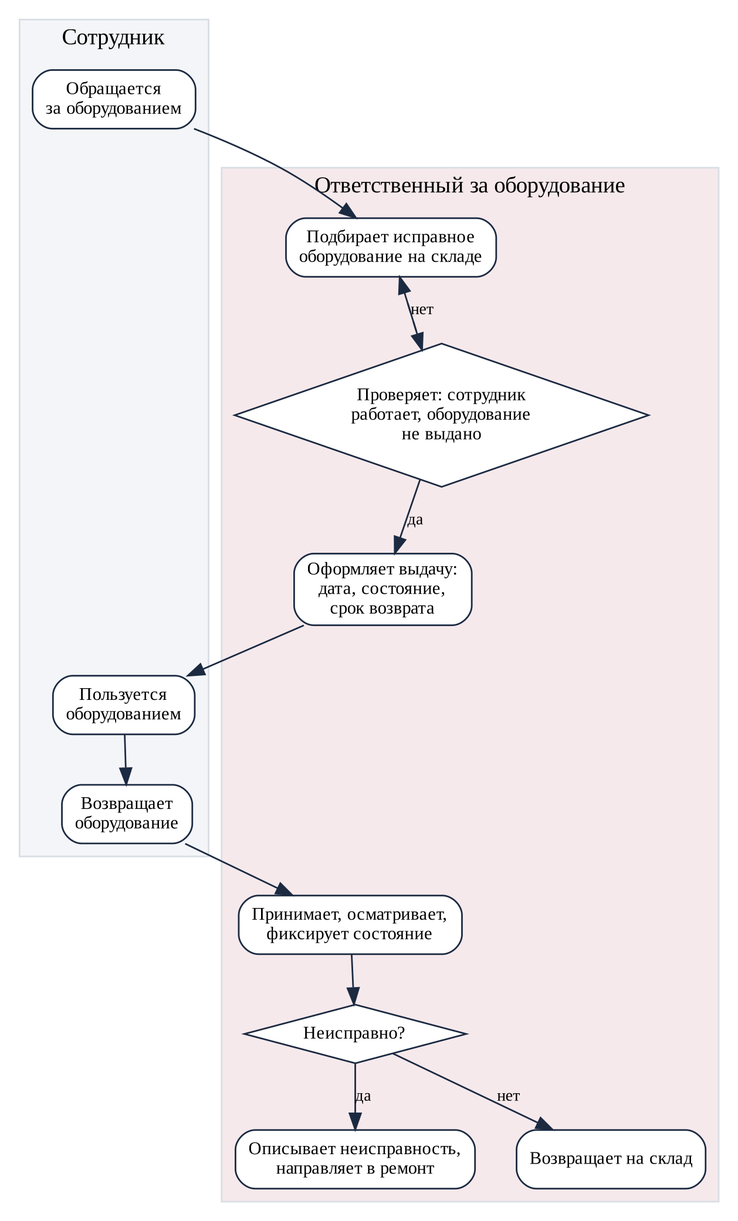
Earlier version of the Graphviz export docs/report/diagrams/process.png (Black287234/KP-Nek). Its source is kept beside it as docs/report/diagrams/process.dot. Its diagram source:
```dot
digraph G {
  graph [rankdir=TB, fontname="Liberation Serif", bgcolor=white, nodesep=0.35, ranksep=0.4, newrank=true];
  node [fontname="Liberation Serif", fontsize=11, shape=box, style="rounded,filled", fillcolor=white, color="#1b2a41"];
  edge [fontname="Liberation Serif", fontsize=10, color="#1b2a41"];
  subgraph cluster_emp { label="Сотрудник"; style="filled"; fillcolor="#f4f5f8"; color="#d9dde4"; fontname="Liberation Serif";
    a1 [label="Обращается\nза оборудованием"]; a6 [label="Пользуется\nоборудованием"]; a7 [label="Возвращает\nоборудование"]; }
  subgraph cluster_mol { label="Ответственный за оборудование"; style="filled"; fillcolor="#f6e9ec"; color="#d9dde4"; fontname="Liberation Serif";
    a2 [label="Подбирает исправное\nоборудование на складе"]; a3 [label="Проверяет: сотрудник\nработает, оборудование\nне выдано", shape=diamond, style=filled, fillcolor=white];
    a4 [label="Оформляет выдачу:\nдата, состояние,\nсрок возврата"]; a8 [label="Принимает, осматривает,\nфиксирует состояние"];
    a9 [label="Неисправно?", shape=diamond, style=filled, fillcolor=white]; a10 [label="Описывает неисправность,\nнаправляет в ремонт"]; a11 [label="Возвращает на склад"]; }
  a1 -> a2 -> a3; a3 -> a4 [label="да"]; a3 -> a2 [label="нет", style=dashed];
  a4 -> a6 -> a7 -> a8 -> a9; a9 -> a10 [label="да"]; a9 -> a11 [label="нет"];
}
```
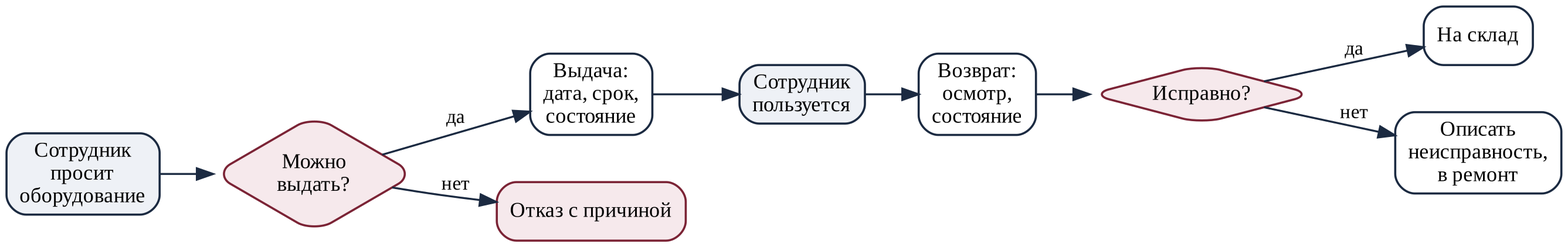
After the change.

What changed in the source:
```diff
@@ -1,13 +1,15 @@
 digraph G {
-  graph [rankdir=TB, fontname="Liberation Serif", bgcolor=white, nodesep=0.35, ranksep=0.4, newrank=true];
-  node [fontname="Liberation Serif", fontsize=11, shape=box, style="rounded,filled", fillcolor=white, color="#1b2a41"];
-  edge [fontname="Liberation Serif", fontsize=10, color="#1b2a41"];
-  subgraph cluster_emp { label="Сотрудник"; style="filled"; fillcolor="#f4f5f8"; color="#d9dde4"; fontname="Liberation Serif";
-    a1 [label="Обращается\nза оборудованием"]; a6 [label="Пользуется\nоборудованием"]; a7 [label="Возвращает\nоборудование"]; }
-  subgraph cluster_mol { label="Ответственный за оборудование"; style="filled"; fillcolor="#f6e9ec"; color="#d9dde4"; fontname="Liberation Serif";
-    a2 [label="Подбирает исправное\nоборудование на складе"]; a3 [label="Проверяет: сотрудник\nработает, оборудование\nне выдано", shape=diamond, style=filled, fillcolor=white];
-    a4 [label="Оформляет выдачу:\nдата, состояние,\nсрок возврата"]; a8 [label="Принимает, осматривает,\nфиксирует состояние"];
-    a9 [label="Неисправно?", shape=diamond, style=filled, fillcolor=white]; a10 [label="Описывает неисправность,\nнаправляет в ремонт"]; a11 [label="Возвращает на склад"]; }
-  a1 -> a2 -> a3; a3 -> a4 [label="да"]; a3 -> a2 [label="нет", style=dashed];
-  a4 -> a6 -> a7 -> a8 -> a9; a9 -> a10 [label="да"]; a9 -> a11 [label="нет"];
+  graph [rankdir=LR, fontname="Liberation Serif", bgcolor=white, nodesep=0.4, ranksep=0.45];
+  node [fontname="Liberation Serif", fontsize=13, shape=box, style="rounded,filled", fillcolor=white, color="#1b2a41", penwidth=1.3];
+  edge [fontname="Liberation Serif", fontsize=12, color="#1b2a41", penwidth=1.2];
+  a [label="Сотрудник\nпросит\nоборудование", fillcolor="#eef1f6"];
+  b [label="Можно\nвыдать?", shape=diamond, fillcolor="#f6e9ec", color="#7b2335"];
+  c [label="Выдача:\nдата, срок,\nсостояние"];
+  d [label="Сотрудник\nпользуется", fillcolor="#eef1f6"];
+  e [label="Возврат:\nосмотр,\nсостояние"];
+  f [label="Исправно?", shape=diamond, fillcolor="#f6e9ec", color="#7b2335"];
+  g [label="На склад"];
+  h [label="Описать\nнеисправность,\nв ремонт"];
+  x [label="Отказ с причиной", fillcolor="#f6e9ec", color="#7b2335"];
+  a -> b; b -> c [label="да"]; b -> x [label="нет"]; c -> d -> e -> f; f -> g [label="да"]; f -> h [label="нет"];
 }
```
